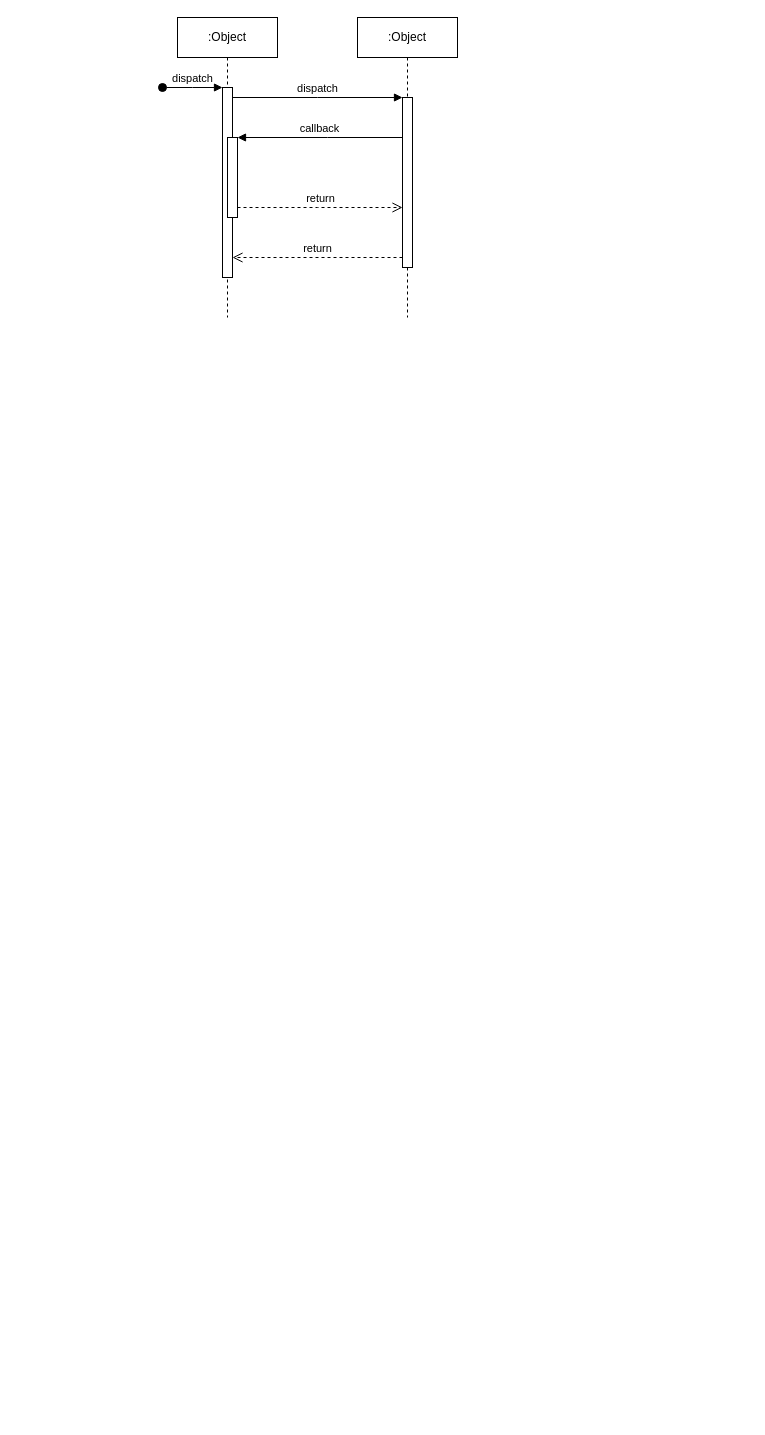
Above: DiagramaSequenciaBiblioteca.drawio in fe1ipesena/biblioteca-Java-Swing (draw.io), before the change. Source tidied: cells renumbered, new cells numbered last; positions are measured from the earlier drawing's top-left corner, leaving out a move shared by most shapes. Both pictures are drawn from the tidied source at 100%, with x=0, y=0 at pixel (162, 17).
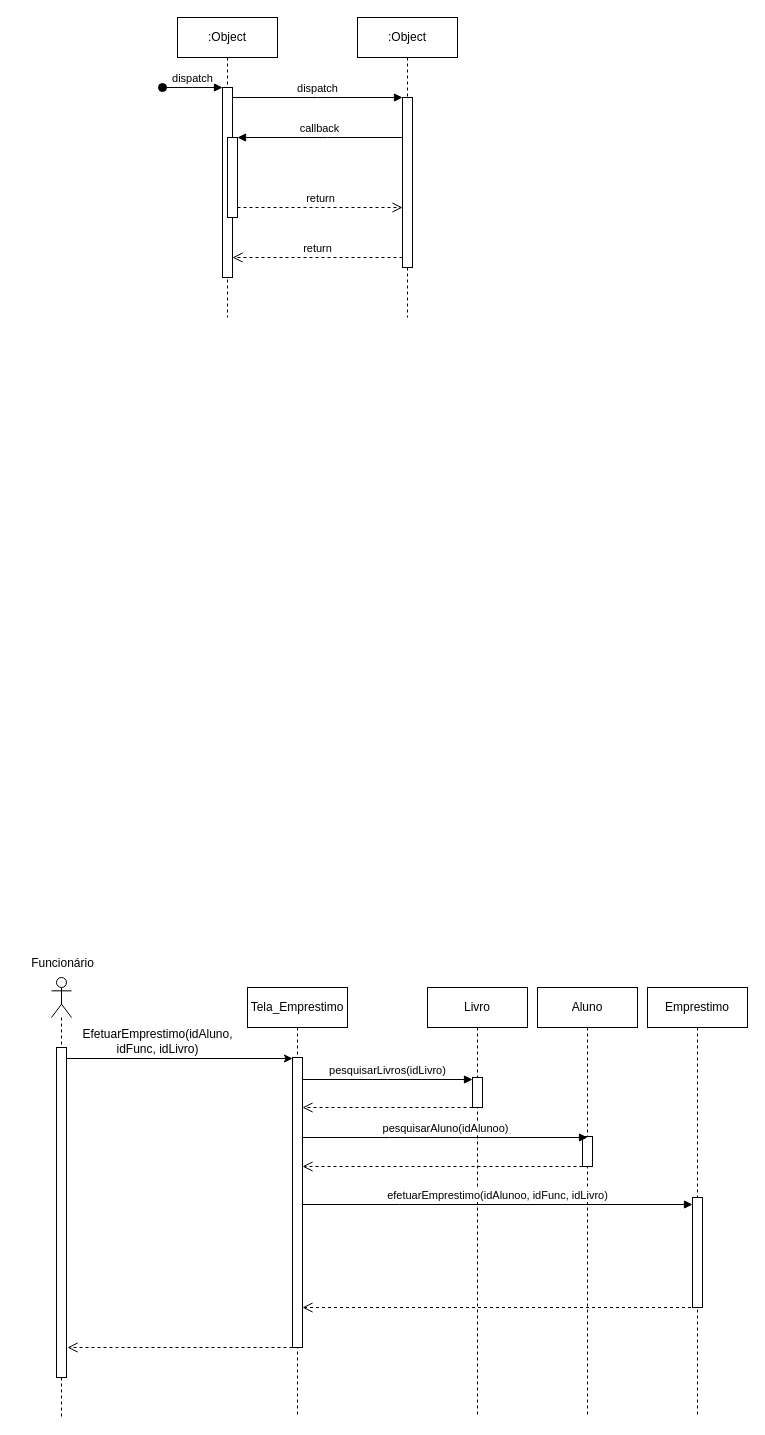
The same page after the edit.

The edit, as a diff of the source:
```diff
@@
+    <mxCell id="12" style="shape=umlLifeline;perimeter=lifelinePerimeter;whiteSpace=wrap;html=1;newEdgeStyle={&quot;curved&quot;:0,&quot;rounded&quot;:0};participant=umlActor;" parent="1" vertex="1">
+      <mxGeometry x="-111" y="960" width="20" height="440" as="geometry" />
+    </mxCell>
@@
+    <mxCell id="13" value="Tela_Emprestimo" style="shape=umlLifeline;perimeter=lifelinePerimeter;whiteSpace=wrap;html=1;newEdgeStyle={&quot;edgeStyle&quot;:&quot;elbowEdgeStyle&quot;,&quot;elbow&quot;:&quot;vertical&quot;,&quot;curved&quot;:0,&quot;rounded&quot;:0};" parent="1" vertex="1">
+      <mxGeometry x="85" y="970" width="100" height="430" as="geometry" />
+    </mxCell>
+    <mxCell id="14" style="html=1;points=[];perimeter=orthogonalPerimeter;outlineConnect=0;targetShapes=umlLifeline;portConstraint=eastwest;newEdgeStyle={&quot;edgeStyle&quot;:&quot;elbowEdgeStyle&quot;,&quot;elbow&quot;:&quot;vertical&quot;,&quot;curved&quot;:0,&quot;rounded&quot;:0};" parent="13" vertex="1">
+      <mxGeometry x="45" y="70" width="10" height="290" as="geometry" />
+    </mxCell>
+    <mxCell id="15" value="Livro" style="shape=umlLifeline;perimeter=lifelinePerimeter;whiteSpace=wrap;html=1;newEdgeStyle={&quot;edgeStyle&quot;:&quot;elbowEdgeStyle&quot;,&quot;elbow&quot;:&quot;vertical&quot;,&quot;curved&quot;:0,&quot;rounded&quot;:0};" parent="1" vertex="1">
+      <mxGeometry x="265" y="970" width="100" height="430" as="geometry" />
+    </mxCell>
+    <mxCell id="16" style="html=1;perimeter=orthogonalPerimeter;targetShapes=umlLifeline;newEdgeStyle={&quot;edgeStyle&quot;:&quot;elbowEdgeStyle&quot;,&quot;elbow&quot;:&quot;vertical&quot;,&quot;curved&quot;:0,&quot;rounded&quot;:0};" parent="15" vertex="1">
+      <mxGeometry x="45" y="90" width="10" height="30" as="geometry" />
+    </mxCell>
+    <mxCell id="17" value="pesquisarLivros(idLivro)" style="html=1;verticalAlign=bottom;endArrow=block;edgeStyle=elbowEdgeStyle;elbow=vertical;curved=0;rounded=0;" parent="1" edge="1">
+      <mxGeometry relative="1" as="geometry">
+        <mxPoint x="140" y="1062" as="sourcePoint" />
+        <mxPoint x="310" y="1062" as="targetPoint" />
+        <Array as="points">
+          <mxPoint x="225" y="1062" />
+        </Array>
+      </mxGeometry>
+    </mxCell>
+    <mxCell id="18" style="html=1;verticalAlign=bottom;endArrow=open;dashed=1;endSize=8;edgeStyle=elbowEdgeStyle;elbow=vertical;curved=0;rounded=0;" parent="1" edge="1">
+      <mxGeometry relative="1" as="geometry">
+        <mxPoint x="310" y="1090" as="sourcePoint" />
+        <mxPoint x="140" y="1090" as="targetPoint" />
+        <Array as="points">
+          <mxPoint x="235" y="1090" />
+        </Array>
+      </mxGeometry>
+    </mxCell>
+    <mxCell id="19" value="Emprestimo" style="shape=umlLifeline;perimeter=lifelinePerimeter;whiteSpace=wrap;html=1;newEdgeStyle={&quot;edgeStyle&quot;:&quot;elbowEdgeStyle&quot;,&quot;elbow&quot;:&quot;vertical&quot;,&quot;curved&quot;:0,&quot;rounded&quot;:0};" parent="1" vertex="1">
+      <mxGeometry x="485" y="970" width="100" height="430" as="geometry" />
+    </mxCell>
+    <mxCell id="20" style="html=1;points=[];perimeter=orthogonalPerimeter;outlineConnect=0;targetShapes=umlLifeline;portConstraint=eastwest;newEdgeStyle={&quot;edgeStyle&quot;:&quot;elbowEdgeStyle&quot;,&quot;elbow&quot;:&quot;vertical&quot;,&quot;curved&quot;:0,&quot;rounded&quot;:0};" parent="19" vertex="1">
+      <mxGeometry x="45" y="210" width="10" height="110" as="geometry" />
+    </mxCell>
+    <mxCell id="21" value="Aluno" style="shape=umlLifeline;perimeter=lifelinePerimeter;whiteSpace=wrap;html=1;newEdgeStyle={&quot;edgeStyle&quot;:&quot;elbowEdgeStyle&quot;,&quot;elbow&quot;:&quot;vertical&quot;,&quot;curved&quot;:0,&quot;rounded&quot;:0};" parent="1" vertex="1">
+      <mxGeometry x="375" y="970" width="100" height="430" as="geometry" />
+    </mxCell>
+    <mxCell id="22" style="html=1;perimeter=orthogonalPerimeter;targetShapes=umlLifeline;newEdgeStyle={&quot;edgeStyle&quot;:&quot;elbowEdgeStyle&quot;,&quot;elbow&quot;:&quot;vertical&quot;,&quot;curved&quot;:0,&quot;rounded&quot;:0};" parent="21" vertex="1">
+      <mxGeometry x="45" y="149" width="10" height="30" as="geometry" />
+    </mxCell>
+    <mxCell id="23" value="pesquisarAluno(idAlunoo)" style="html=1;verticalAlign=bottom;endArrow=block;edgeStyle=elbowEdgeStyle;elbow=vertical;curved=0;rounded=0;" parent="1" edge="1" source="14">
+      <mxGeometry relative="1" as="geometry">
+        <mxPoint x="425" y="1120" as="targetPoint" />
+        <Array as="points">
+          <mxPoint x="227" y="1120" />
+        </Array>
+      </mxGeometry>
+    </mxCell>
+    <mxCell id="24" style="html=1;verticalAlign=bottom;endArrow=open;dashed=1;endSize=8;edgeStyle=elbowEdgeStyle;elbow=vertical;curved=0;rounded=0;" parent="1" edge="1">
+      <mxGeometry relative="1" as="geometry">
+        <mxPoint x="420" y="1149" as="sourcePoint" />
+        <mxPoint x="140" y="1149" as="targetPoint" />
+        <Array as="points">
+          <mxPoint x="245" y="1149" />
+        </Array>
+      </mxGeometry>
+    </mxCell>
+    <mxCell id="25" value="efetuarEmprestimo(idAlunoo, idFunc, idLivro)" style="html=1;verticalAlign=bottom;endArrow=block;edgeStyle=elbowEdgeStyle;elbow=vertical;curved=0;rounded=0;" parent="1" edge="1" source="14" target="20">
+      <mxGeometry relative="1" as="geometry">
+        <Array as="points">
+          <mxPoint x="237" y="1187" />
+        </Array>
+      </mxGeometry>
+    </mxCell>
+    <mxCell id="26" style="html=1;verticalAlign=bottom;endArrow=open;dashed=1;endSize=8;edgeStyle=elbowEdgeStyle;elbow=vertical;curved=0;rounded=0;" parent="1" edge="1">
+      <mxGeometry relative="1" as="geometry">
+        <mxPoint x="534.5" y="1290" as="sourcePoint" />
+        <mxPoint x="140" y="1290" as="targetPoint" />
+        <Array as="points">
+          <mxPoint x="255" y="1290" />
+        </Array>
+      </mxGeometry>
+    </mxCell>
+    <mxCell id="27" style="html=1;points=[];perimeter=orthogonalPerimeter;outlineConnect=0;targetShapes=umlLifeline;portConstraint=eastwest;newEdgeStyle={&quot;edgeStyle&quot;:&quot;elbowEdgeStyle&quot;,&quot;elbow&quot;:&quot;vertical&quot;,&quot;curved&quot;:0,&quot;rounded&quot;:0};" parent="1" vertex="1">
+      <mxGeometry x="-106" y="1030" width="10" height="330" as="geometry" />
+    </mxCell>
+    <mxCell id="28" style="endArrow=classic;html=1;rounded=0;" parent="1" edge="1" source="27">
+      <mxGeometry relative="1" as="geometry">
+        <mxPoint x="130" y="1041" as="targetPoint" />
+      </mxGeometry>
+    </mxCell>
+    <mxCell id="29" value="EfetuarEmprestimo(idAluno,&lt;div&gt;idFunc, idLivro)&lt;/div&gt;" style="text;html=1;align=center;verticalAlign=middle;strokeColor=none;fillColor=none;" parent="1" vertex="1">
+      <mxGeometry x="-90" y="1004" width="170" height="40" as="geometry" />
+    </mxCell>
+    <mxCell id="30" style="html=1;verticalAlign=bottom;endArrow=open;dashed=1;endSize=8;edgeStyle=elbowEdgeStyle;elbow=vertical;curved=0;rounded=0;" parent="1" edge="1" source="14">
+      <mxGeometry relative="1" as="geometry">
+        <mxPoint x="-95" y="1330" as="targetPoint" />
+        <Array as="points">
+          <mxPoint x="-45" y="1330" />
+        </Array>
+      </mxGeometry>
+    </mxCell>
+    <mxCell id="31" value="Funcionário" style="text;html=1;align=center;verticalAlign=middle;strokeColor=none;fillColor=none;" parent="1" vertex="1">
+      <mxGeometry x="-145" y="931" width="90" height="30" as="geometry" />
+    </mxCell>
```
